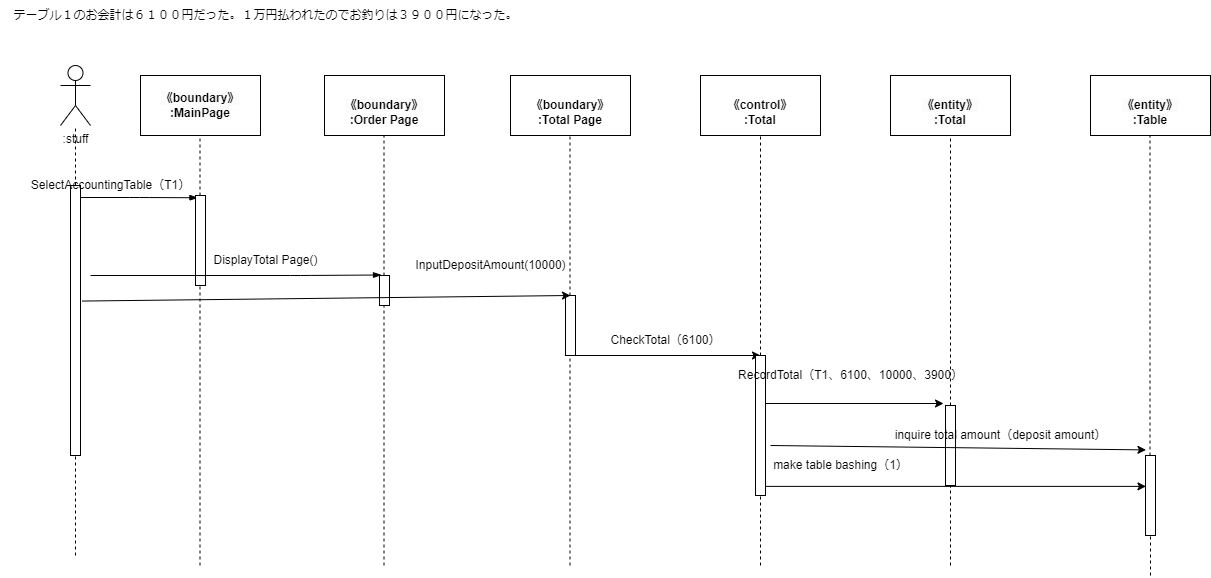
This is psp4/シーケンス図/シーケンス図_会計.drawio.png from MasakiHiguchi/---, a draw.io export, as it was before one commit. Source tidied: cells renumbered, new cells last; positions are measured from the earlier drawing's top-left corner, leaving out a move shared by most shapes.
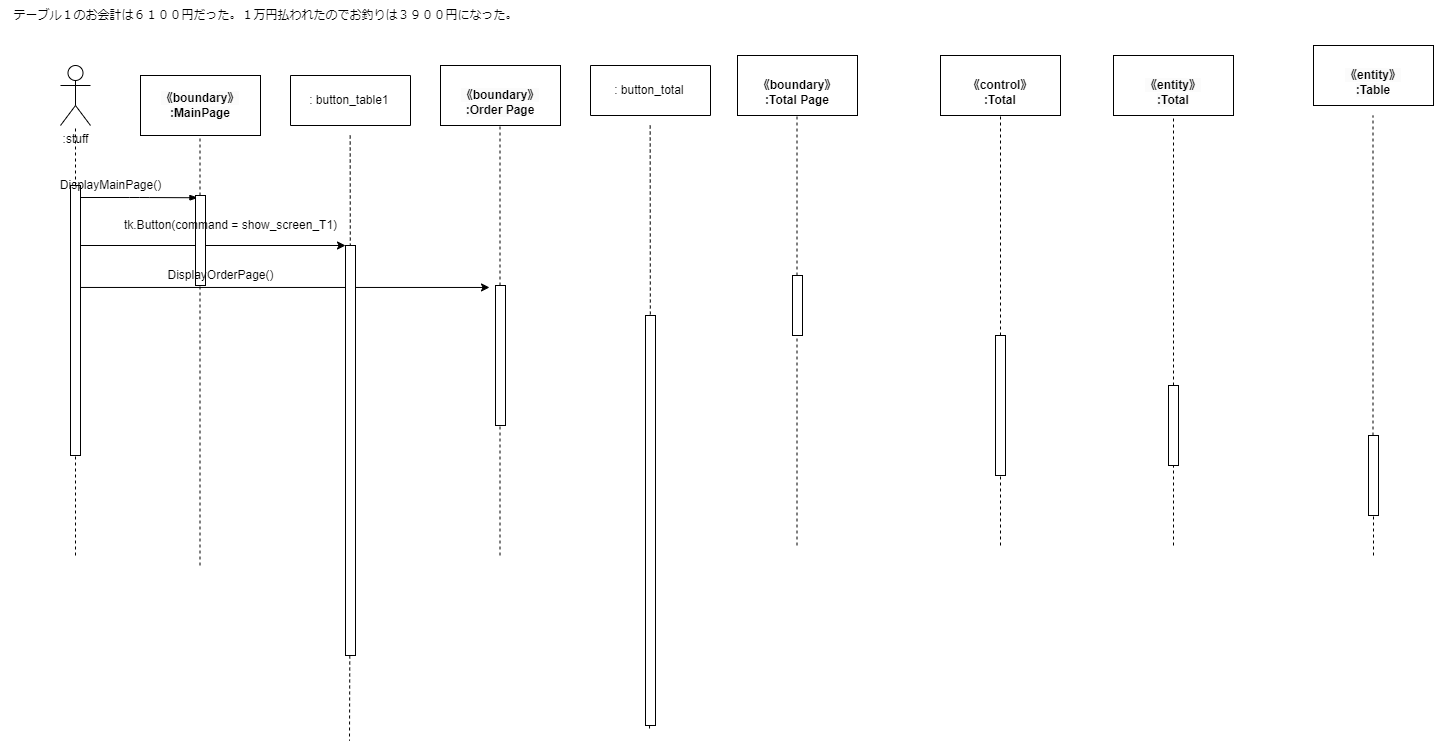
The same file after the commit.

What changed in the source:
```diff
@@ -9,13 +9,13 @@
       <mxGeometry x="140" y="75" width="120" height="60" as="geometry" />
     </mxCell>
     <mxCell id="4" value="&lt;br&gt;&lt;span style=&quot;color: rgb(0, 0, 0); font-family: Helvetica; font-size: 12px; font-style: normal; font-variant-ligatures: normal; font-variant-caps: normal; font-weight: 700; letter-spacing: normal; orphans: 2; text-align: center; text-indent: 0px; text-transform: none; widows: 2; word-spacing: 0px; -webkit-text-stroke-width: 0px; background-color: rgb(251, 251, 251); text-decoration-thickness: initial; text-decoration-style: initial; text-decoration-color: initial; float: none; display: inline !important;&quot;&gt;《boundary》&lt;/span&gt;&lt;br style=&quot;border-color: var(--border-color); color: rgb(0, 0, 0); font-family: Helvetica; font-size: 12px; font-style: normal; font-variant-ligatures: normal; font-variant-caps: normal; font-weight: 700; letter-spacing: normal; orphans: 2; text-align: center; text-indent: 0px; text-transform: none; widows: 2; word-spacing: 0px; -webkit-text-stroke-width: 0px; background-color: rgb(251, 251, 251); text-decoration-thickness: initial; text-decoration-style: initial; text-decoration-color: initial;&quot;&gt;&lt;span style=&quot;color: rgb(0, 0, 0); font-family: Helvetica; font-size: 12px; font-style: normal; font-variant-ligatures: normal; font-variant-caps: normal; font-weight: 700; letter-spacing: normal; orphans: 2; text-align: center; text-indent: 0px; text-transform: none; widows: 2; word-spacing: 0px; -webkit-text-stroke-width: 0px; background-color: rgb(251, 251, 251); text-decoration-thickness: initial; text-decoration-style: initial; text-decoration-color: initial; float: none; display: inline !important;&quot;&gt;:Order Page&lt;/span&gt;" style="rounded=0;whiteSpace=wrap;html=1;" parent="1" vertex="1">
-      <mxGeometry x="324" y="75" width="120" height="60" as="geometry" />
+      <mxGeometry x="440" y="65" width="120" height="60" as="geometry" />
     </mxCell>
     <mxCell id="5" value="&lt;br style=&quot;border-color: var(--border-color);&quot;&gt;&lt;span style=&quot;border-color: var(--border-color); font-weight: 700;&quot;&gt;《boundary》&lt;/span&gt;&lt;br style=&quot;border-color: var(--border-color); font-weight: 700;&quot;&gt;&lt;span style=&quot;border-color: var(--border-color); font-weight: 700;&quot;&gt;:Total Page&lt;/span&gt;" style="rounded=0;whiteSpace=wrap;html=1;" parent="1" vertex="1">
-      <mxGeometry x="510" y="75" width="120" height="60" as="geometry" />
+      <mxGeometry x="737" y="55" width="120" height="60" as="geometry" />
     </mxCell>
     <mxCell id="6" value="&lt;br style=&quot;border-color: var(--border-color);&quot;&gt;&lt;span style=&quot;border-color: var(--border-color); font-weight: 700;&quot;&gt;《control》&lt;/span&gt;&lt;br style=&quot;border-color: var(--border-color); font-weight: 700;&quot;&gt;&lt;span style=&quot;border-color: var(--border-color); font-weight: 700;&quot;&gt;:Total&lt;/span&gt;" style="rounded=0;whiteSpace=wrap;html=1;" parent="1" vertex="1">
-      <mxGeometry x="700" y="75" width="120" height="60" as="geometry" />
+      <mxGeometry x="940" y="55" width="120" height="60" as="geometry" />
     </mxCell>
     <mxCell id="7" style="endArrow=none;dashed=1;html=1;startArrow=none;" parent="1" edge="1" source="13" target="2">
       <mxGeometry relative="1" as="geometry" />
@@ -27,17 +27,17 @@
     </mxCell>
     <mxCell id="9" style="endArrow=none;dashed=1;html=1;startArrow=none;" parent="1" edge="1" source="27">
       <mxGeometry relative="1" as="geometry">
-        <mxPoint x="760" y="135" as="targetPoint" />
+        <mxPoint x="1000" y="115" as="targetPoint" />
       </mxGeometry>
     </mxCell>
     <mxCell id="10" style="endArrow=none;dashed=1;html=1;startArrow=none;" parent="1" edge="1" source="23">
       <mxGeometry relative="1" as="geometry">
-        <mxPoint x="569.5" y="135" as="targetPoint" />
+        <mxPoint x="796.5" y="115" as="targetPoint" />
       </mxGeometry>
     </mxCell>
     <mxCell id="11" style="endArrow=none;dashed=1;html=1;startArrow=none;" parent="1" edge="1" source="18">
       <mxGeometry relative="1" as="geometry">
-        <mxPoint x="383.5" y="135" as="targetPoint" />
+        <mxPoint x="499.5" y="125" as="targetPoint" />
       </mxGeometry>
     </mxCell>
     <mxCell id="12" style="endArrow=none;dashed=1;html=1;" parent="1" edge="1" target="13">
@@ -45,6 +45,12 @@
         <mxPoint x="75" y="555" as="sourcePoint" />
       </mxGeometry>
     </mxCell>
+    <mxCell id="45" style="edgeStyle=none;html=1;entryX=0;entryY=0;entryDx=0;entryDy=0;" parent="1" edge="1" source="13" target="54">
+      <mxGeometry relative="1" as="geometry" />
+    </mxCell>
+    <mxCell id="46" style="edgeStyle=none;html=1;entryX=-0.6;entryY=0.014;entryDx=0;entryDy=0;entryPerimeter=0;" parent="1" edge="1" source="13" target="18">
+      <mxGeometry relative="1" as="geometry" />
+    </mxCell>
     <mxCell id="13" style="html=1;points=[];perimeter=orthogonalPerimeter;" parent="1" vertex="1">
       <mxGeometry x="70" y="185" width="10" height="270" as="geometry" />
     </mxCell>
@@ -63,112 +69,109 @@
     </mxCell>
     <mxCell id="17" style="endArrow=none;dashed=1;html=1;" parent="1" edge="1" target="18">
       <mxGeometry relative="1" as="geometry">
-        <mxPoint x="383.5" y="565" as="sourcePoint" />
+        <mxPoint x="499.5" y="555" as="sourcePoint" />
       </mxGeometry>
     </mxCell>
     <mxCell id="18" style="html=1;points=[];perimeter=orthogonalPerimeter;" parent="1" vertex="1">
-      <mxGeometry x="379" y="275" width="10" height="30" as="geometry" />
+      <mxGeometry x="495" y="285" width="10" height="140" as="geometry" />
     </mxCell>
-    <mxCell id="19" style="edgeStyle=elbowEdgeStyle;fontSize=12;html=1;endArrow=blockThin;endFill=1;entryX=0.2;entryY=-0.017;entryDx=0;entryDy=0;entryPerimeter=0;" parent="1" edge="1" target="18">
-      <mxGeometry relative="1" as="geometry">
-        <mxPoint x="90" y="275" as="sourcePoint" />
-        <Array as="points">
-          <mxPoint x="300" y="325" />
-        </Array>
-      </mxGeometry>
-    </mxCell>
-    <mxCell id="20" value="DisplayTotal Page()" style="text;html=1;align=center;verticalAlign=middle;strokeColor=none;fillColor=none;" parent="1" vertex="1">
-      <mxGeometry x="200" y="245" width="130" height="30" as="geometry" />
-    </mxCell>
     <mxCell id="21" style="endArrow=none;dashed=1;html=1;" parent="1" edge="1" target="23">
       <mxGeometry relative="1" as="geometry">
-        <mxPoint x="569.5" y="565" as="sourcePoint" />
+        <mxPoint x="796.5" y="545" as="sourcePoint" />
       </mxGeometry>
     </mxCell>
-    <mxCell id="22" style="edgeStyle=none;html=1;" parent="1" edge="1" source="23">
-      <mxGeometry relative="1" as="geometry">
-        <mxPoint x="760" y="355" as="targetPoint" />
-      </mxGeometry>
-    </mxCell>
     <mxCell id="23" style="html=1;points=[];perimeter=orthogonalPerimeter;" parent="1" vertex="1">
-      <mxGeometry x="565" y="295" width="10" height="60" as="geometry" />
+      <mxGeometry x="792" y="275" width="10" height="60" as="geometry" />
     </mxCell>
     <mxCell id="24" style="endArrow=none;dashed=1;html=1;" parent="1" edge="1" target="27">
       <mxGeometry relative="1" as="geometry">
-        <mxPoint x="760" y="565" as="sourcePoint" />
+        <mxPoint x="1000" y="545" as="sourcePoint" />
       </mxGeometry>
     </mxCell>
-    <mxCell id="25" style="edgeStyle=none;html=1;entryX=-0.2;entryY=-0.025;entryDx=0;entryDy=0;entryPerimeter=0;" parent="1" edge="1" source="27" target="33">
-      <mxGeometry relative="1" as="geometry" />
-    </mxCell>
-    <mxCell id="26" style="edgeStyle=none;html=1;entryX=0.047;entryY=0.386;entryDx=0;entryDy=0;entryPerimeter=0;" parent="1" edge="1" source="27" target="40">
-      <mxGeometry relative="1" as="geometry" />
-    </mxCell>
     <mxCell id="27" style="html=1;points=[];perimeter=orthogonalPerimeter;" parent="1" vertex="1">
-      <mxGeometry x="755" y="355" width="10" height="140" as="geometry" />
+      <mxGeometry x="995" y="335" width="10" height="140" as="geometry" />
     </mxCell>
-    <mxCell id="28" value="InputDepositAmount(10000)" style="text;html=1;align=center;verticalAlign=middle;strokeColor=none;fillColor=none;" parent="1" vertex="1">
-      <mxGeometry x="405" y="250" width="170" height="30" as="geometry" />
-    </mxCell>
-    <mxCell id="29" value="&lt;span style=&quot;text-align: left;&quot;&gt;CheckTotal（6100）&lt;/span&gt;" style="text;html=1;align=center;verticalAlign=middle;strokeColor=none;fillColor=none;" parent="1" vertex="1">
-      <mxGeometry x="600" y="325" width="130" height="30" as="geometry" />
-    </mxCell>
     <mxCell id="30" value="&lt;br&gt;&lt;span style=&quot;color: rgb(0, 0, 0); font-family: Helvetica; font-size: 12px; font-style: normal; font-variant-ligatures: normal; font-variant-caps: normal; font-weight: 700; letter-spacing: normal; orphans: 2; text-align: center; text-indent: 0px; text-transform: none; widows: 2; word-spacing: 0px; -webkit-text-stroke-width: 0px; background-color: rgb(251, 251, 251); text-decoration-thickness: initial; text-decoration-style: initial; text-decoration-color: initial; float: none; display: inline !important;&quot;&gt;《entity》&lt;/span&gt;&lt;br style=&quot;border-color: var(--border-color); padding: 0px; margin: 0px; color: rgb(0, 0, 0); font-family: Helvetica; font-size: 12px; font-style: normal; font-variant-ligatures: normal; font-variant-caps: normal; font-weight: 700; letter-spacing: normal; orphans: 2; text-align: center; text-indent: 0px; text-transform: none; widows: 2; word-spacing: 0px; -webkit-text-stroke-width: 0px; background-color: rgb(251, 251, 251); text-decoration-thickness: initial; text-decoration-style: initial; text-decoration-color: initial;&quot;&gt;&lt;span style=&quot;color: rgb(0, 0, 0); font-family: Helvetica; font-size: 12px; font-style: normal; font-variant-ligatures: normal; font-variant-caps: normal; font-weight: 700; letter-spacing: normal; orphans: 2; text-align: center; text-indent: 0px; text-transform: none; widows: 2; word-spacing: 0px; -webkit-text-stroke-width: 0px; background-color: rgb(251, 251, 251); text-decoration-thickness: initial; text-decoration-style: initial; text-decoration-color: initial; float: none; display: inline !important;&quot;&gt;:Total&lt;/span&gt;" style="rounded=0;whiteSpace=wrap;html=1;" parent="1" vertex="1">
-      <mxGeometry x="890" y="75" width="120" height="60" as="geometry" />
+      <mxGeometry x="1113" y="55" width="120" height="60" as="geometry" />
     </mxCell>
     <mxCell id="31" style="endArrow=none;dashed=1;html=1;startArrow=none;" parent="1" edge="1" source="33">
       <mxGeometry relative="1" as="geometry">
-        <mxPoint x="950" y="135" as="targetPoint" />
+        <mxPoint x="1173" y="115" as="targetPoint" />
       </mxGeometry>
     </mxCell>
     <mxCell id="32" style="endArrow=none;dashed=1;html=1;" parent="1" edge="1" target="33">
       <mxGeometry relative="1" as="geometry">
-        <mxPoint x="950" y="565" as="sourcePoint" />
+        <mxPoint x="1173" y="545" as="sourcePoint" />
       </mxGeometry>
     </mxCell>
     <mxCell id="33" style="html=1;points=[];perimeter=orthogonalPerimeter;" parent="1" vertex="1">
-      <mxGeometry x="945" y="405" width="10" height="80" as="geometry" />
+      <mxGeometry x="1168" y="385" width="10" height="80" as="geometry" />
     </mxCell>
-    <mxCell id="34" value="&lt;span style=&quot;text-align: left;&quot;&gt;RecordTotal（T1、6100、10000、3900）&lt;/span&gt;" style="text;html=1;align=center;verticalAlign=middle;strokeColor=none;fillColor=none;" parent="1" vertex="1">
-      <mxGeometry x="725" y="360" width="250" height="30" as="geometry" />
-    </mxCell>
-    <mxCell id="35" style="edgeStyle=none;html=1;exitX=1.15;exitY=0.428;exitDx=0;exitDy=0;exitPerimeter=0;" parent="1" edge="1" source="13">
-      <mxGeometry relative="1" as="geometry">
-        <mxPoint x="570" y="295" as="targetPoint" />
-      </mxGeometry>
-    </mxCell>
     <mxCell id="36" value="テーブル１のお会計は６１００円だった。１万円払われたのでお釣りは３９００円になった。" style="text;html=1;align=center;verticalAlign=middle;strokeColor=none;fillColor=none;" parent="1" vertex="1">
       <mxGeometry width="530" height="30" as="geometry" />
     </mxCell>
     <mxCell id="37" value="&lt;br&gt;&lt;span style=&quot;color: rgb(0, 0, 0); font-family: Helvetica; font-size: 12px; font-style: normal; font-variant-ligatures: normal; font-variant-caps: normal; font-weight: 700; letter-spacing: normal; orphans: 2; text-align: center; text-indent: 0px; text-transform: none; widows: 2; word-spacing: 0px; -webkit-text-stroke-width: 0px; background-color: rgb(251, 251, 251); text-decoration-thickness: initial; text-decoration-style: initial; text-decoration-color: initial; float: none; display: inline !important;&quot;&gt;《entity》&lt;/span&gt;&lt;br style=&quot;border-color: var(--border-color); padding: 0px; margin: 0px; color: rgb(0, 0, 0); font-family: Helvetica; font-size: 12px; font-style: normal; font-variant-ligatures: normal; font-variant-caps: normal; font-weight: 700; letter-spacing: normal; orphans: 2; text-align: center; text-indent: 0px; text-transform: none; widows: 2; word-spacing: 0px; -webkit-text-stroke-width: 0px; background-color: rgb(251, 251, 251); text-decoration-thickness: initial; text-decoration-style: initial; text-decoration-color: initial;&quot;&gt;&lt;span style=&quot;color: rgb(0, 0, 0); font-family: Helvetica; font-size: 12px; font-style: normal; font-variant-ligatures: normal; font-variant-caps: normal; font-weight: 700; letter-spacing: normal; orphans: 2; text-align: center; text-indent: 0px; text-transform: none; widows: 2; word-spacing: 0px; -webkit-text-stroke-width: 0px; background-color: rgb(251, 251, 251); text-decoration-thickness: initial; text-decoration-style: initial; text-decoration-color: initial; float: none; display: inline !important;&quot;&gt;:Table&lt;/span&gt;" style="rounded=0;whiteSpace=wrap;html=1;" parent="1" vertex="1">
-      <mxGeometry x="1090" y="75" width="120" height="60" as="geometry" />
+      <mxGeometry x="1313" y="45" width="120" height="60" as="geometry" />
     </mxCell>
     <mxCell id="38" style="endArrow=none;dashed=1;html=1;startArrow=none;" parent="1" edge="1" source="40">
       <mxGeometry relative="1" as="geometry">
-        <mxPoint x="1149.5" y="135" as="targetPoint" />
+        <mxPoint x="1372.5" y="115" as="targetPoint" />
       </mxGeometry>
     </mxCell>
     <mxCell id="39" style="endArrow=none;dashed=1;html=1;startArrow=none;" parent="1" edge="1" target="40">
       <mxGeometry relative="1" as="geometry">
-        <mxPoint x="1150" y="575" as="sourcePoint" />
+        <mxPoint x="1373" y="555" as="sourcePoint" />
       </mxGeometry>
     </mxCell>
     <mxCell id="40" style="html=1;points=[];perimeter=orthogonalPerimeter;" parent="1" vertex="1">
-      <mxGeometry x="1145" y="455" width="10" height="80" as="geometry" />
+      <mxGeometry x="1368" y="435" width="10" height="80" as="geometry" />
     </mxCell>
-    <mxCell id="41" value="&lt;span style=&quot;text-align: left;&quot;&gt;SelectAccountingTable（T1）&lt;/span&gt;" style="text;html=1;align=center;verticalAlign=middle;strokeColor=none;fillColor=none;" parent="1" vertex="1">
-      <mxGeometry x="20" y="170" width="180" height="30" as="geometry" />
+    <mxCell id="41" value="&lt;span style=&quot;text-align: left;&quot;&gt;DisplayMainPage()&lt;/span&gt;" style="text;html=1;align=center;verticalAlign=middle;strokeColor=none;fillColor=none;" parent="1" vertex="1">
+      <mxGeometry x="50" y="170" width="120" height="30" as="geometry" />
     </mxCell>
-    <mxCell id="42" style="edgeStyle=none;html=1;entryX=0.047;entryY=-0.07;entryDx=0;entryDy=0;entryPerimeter=0;" parent="1" edge="1" target="40">
-      <mxGeometry relative="1" as="geometry">
-        <mxPoint x="770" y="445" as="sourcePoint" />
-      </mxGeometry>
-    </mxCell>
-    <mxCell id="43" value="&lt;span style=&quot;text-align: left;&quot;&gt;inquire total amount（deposit amount）&lt;/span&gt;" style="text;html=1;align=center;verticalAlign=middle;strokeColor=none;fillColor=none;" parent="1" vertex="1">
-      <mxGeometry x="885" y="420" width="230" height="30" as="geometry" />
-    </mxCell>
-    <mxCell id="44" value="&lt;span style=&quot;text-align: left;&quot;&gt;make table bashing（1）&lt;/span&gt;" style="text;html=1;align=center;verticalAlign=middle;strokeColor=none;fillColor=none;" parent="1" vertex="1">
-      <mxGeometry x="760" y="450" width="160" height="30" as="geometry" />
-    </mxCell>
+    <mxCell id="47" style="edgeStyle=none;html=1;endArrow=none;endFill=0;dashed=1;startArrow=none;" parent="1" edge="1" source="54">
+      <mxGeometry relative="1" as="geometry">
+        <mxPoint x="349" y="740.3" as="targetPoint" />
+      </mxGeometry>
+    </mxCell>
+    <mxCell id="48" style="swimlane;startSize=0;" parent="1" vertex="1">
+      <mxGeometry x="290" y="75" width="120" height="50" as="geometry" />
+    </mxCell>
+    <mxCell id="49" value=": button_table1&amp;nbsp;" style="text;html=1;align=center;verticalAlign=middle;strokeColor=none;fillColor=none;" parent="48" vertex="1">
+      <mxGeometry x="5" y="10" width="110" height="30" as="geometry" />
+    </mxCell>
+    <mxCell id="50" style="edgeStyle=none;html=1;endArrow=none;endFill=0;dashed=1;startArrow=none;" parent="1" edge="1" source="58">
+      <mxGeometry relative="1" as="geometry">
+        <mxPoint x="649" y="730.3" as="targetPoint" />
+      </mxGeometry>
+    </mxCell>
+    <mxCell id="51" style="swimlane;startSize=0;" parent="1" vertex="1">
+      <mxGeometry x="590" y="65" width="120" height="50" as="geometry" />
+    </mxCell>
+    <mxCell id="52" value=": button_total&amp;nbsp;" style="text;html=1;align=center;verticalAlign=middle;strokeColor=none;fillColor=none;" parent="51" vertex="1">
+      <mxGeometry x="10" y="10" width="100" height="30" as="geometry" />
+    </mxCell>
+    <mxCell id="53" style="edgeStyle=none;html=1;endArrow=none;endFill=0;dashed=1;" parent="1" edge="1" target="54">
+      <mxGeometry relative="1" as="geometry">
+        <mxPoint x="349.7" y="135" as="sourcePoint" />
+      </mxGeometry>
+    </mxCell>
+    <mxCell id="54" style="rounded=0;whiteSpace=wrap;html=1;" parent="1" vertex="1">
+      <mxGeometry x="345" y="245" width="10" height="410" as="geometry" />
+    </mxCell>
+    <mxCell id="55" value="tk.Button(command = show_screen_T1)" style="text;html=1;align=center;verticalAlign=middle;strokeColor=none;fillColor=none;" parent="1" vertex="1">
+      <mxGeometry x="110" y="210" width="240" height="30" as="geometry" />
+    </mxCell>
+    <mxCell id="56" value="DisplayOrderPage()" style="text;html=1;align=center;verticalAlign=middle;strokeColor=none;fillColor=none;" parent="1" vertex="1">
+      <mxGeometry x="155" y="260" width="130" height="30" as="geometry" />
+    </mxCell>
+    <mxCell id="57" style="edgeStyle=none;html=1;endArrow=none;endFill=0;dashed=1;" parent="1" edge="1" target="58">
+      <mxGeometry relative="1" as="geometry">
+        <mxPoint x="649.7" y="125" as="sourcePoint" />
+      </mxGeometry>
+    </mxCell>
+    <mxCell id="58" style="rounded=0;whiteSpace=wrap;html=1;" parent="1" vertex="1">
+      <mxGeometry x="645" y="315" width="10" height="410" as="geometry" />
+    </mxCell>
   </root>
 </mxGraphModel>
```
